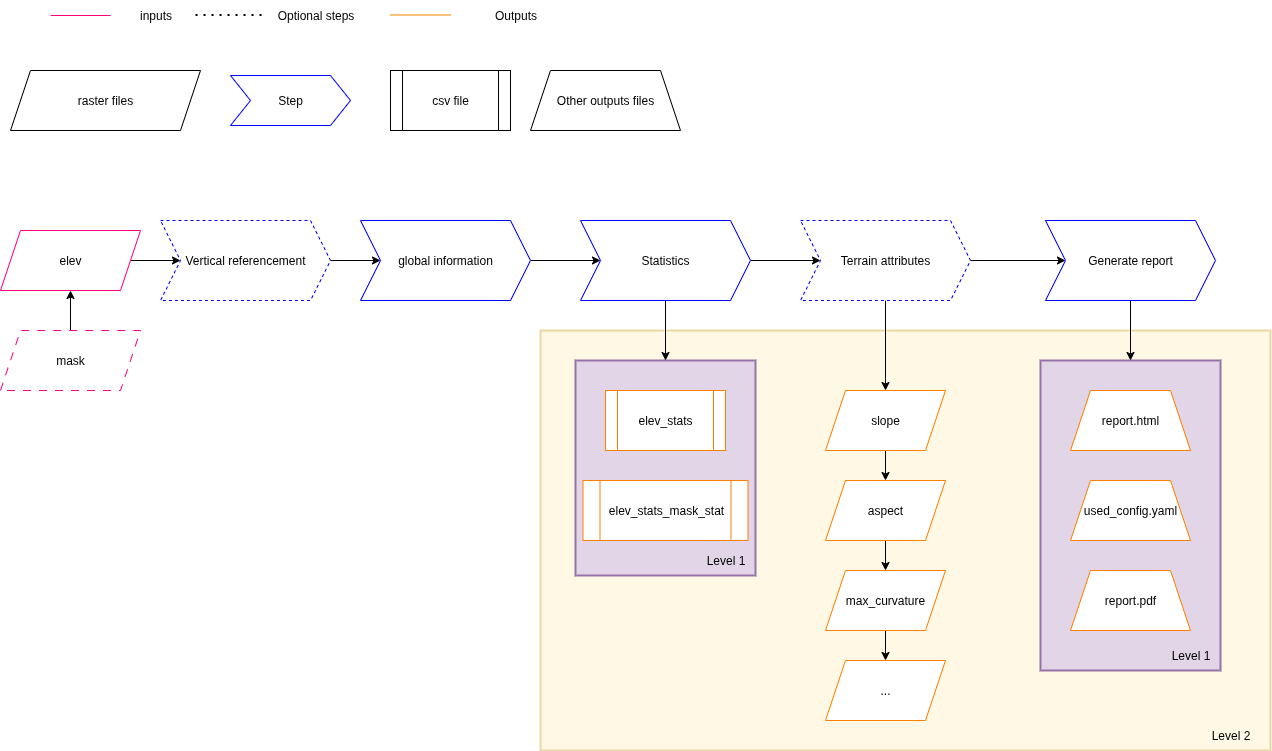
GlacioHack/xdem keeps this draw.io diagram as doc/source/imgs/topo_workflow_pipeline.png. Above is the earlier version. Source tidied: cells renumbered, new cells last; positions are measured from the earlier drawing's top-left corner, leaving out a move shared by most shapes.
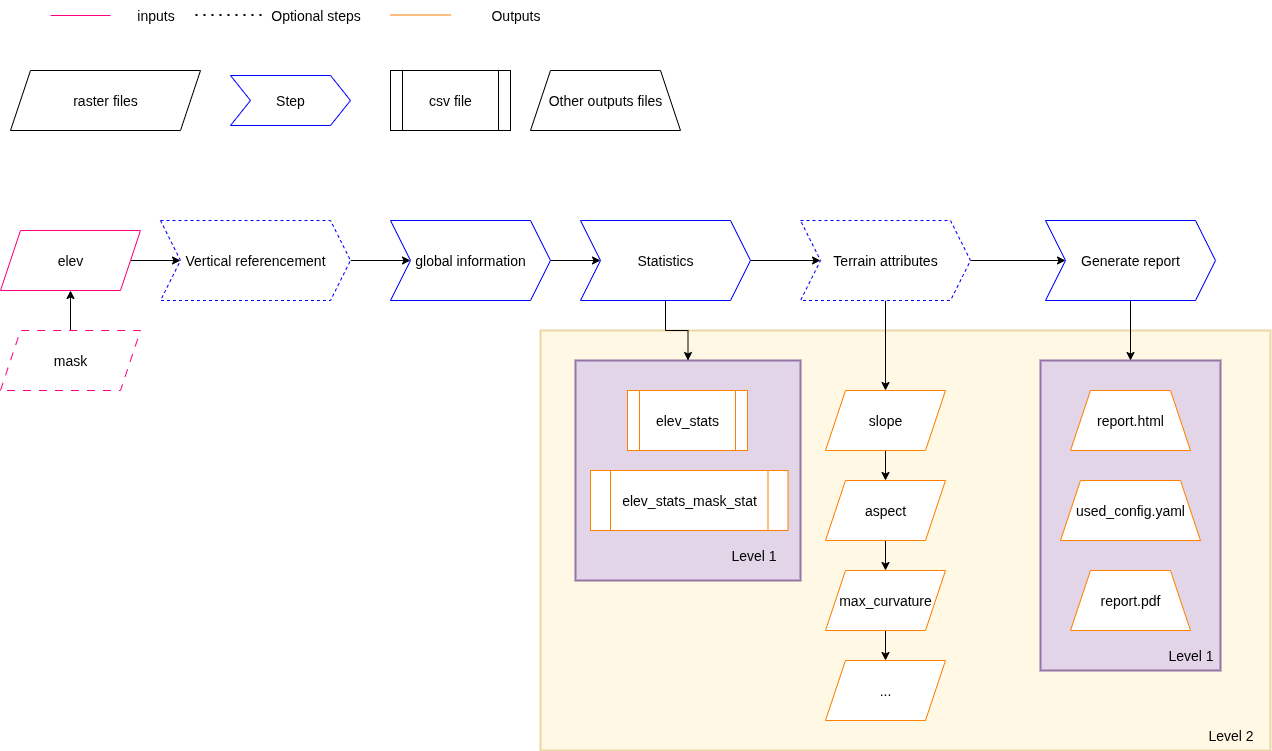
Above is the later version.

Diff of the diagram source:
```diff
@@ -2,145 +2,145 @@
   <root>
     <mxCell id="0" />
     <mxCell id="1" parent="0" />
-    <mxCell id="2" style="rounded=0;whiteSpace=wrap;html=1;fillColor=#fff2cc;strokeColor=#d6b656;strokeWidth=2;fillOpacity=50;strokeOpacity=50;" parent="1" vertex="1">
+    <mxCell id="2" style="rounded=0;whiteSpace=wrap;html=1;fillColor=#fff2cc;strokeColor=#d6b656;strokeWidth=2;fillOpacity=50;strokeOpacity=50;fontSize=14;" parent="1" vertex="1">
       <mxGeometry x="540" y="330" width="730" height="420" as="geometry" />
     </mxCell>
-    <mxCell id="3" style="rounded=0;whiteSpace=wrap;html=1;fillColor=#e1d5e7;strokeColor=#9673a6;strokeWidth=2;" parent="1" vertex="1">
+    <mxCell id="3" style="rounded=0;whiteSpace=wrap;html=1;fillColor=#e1d5e7;strokeColor=#9673a6;strokeWidth=2;fontSize=14;" parent="1" vertex="1">
       <mxGeometry x="1040" y="360" width="180" height="310" as="geometry" />
     </mxCell>
-    <mxCell id="4" style="rounded=0;whiteSpace=wrap;html=1;fillColor=#e1d5e7;strokeColor=#9673a6;strokeWidth=2;" parent="1" vertex="1">
-      <mxGeometry x="575" y="360" width="180" height="215" as="geometry" />
+    <mxCell id="4" style="rounded=0;whiteSpace=wrap;html=1;fillColor=#e1d5e7;strokeColor=#9673a6;strokeWidth=2;fontSize=14;" parent="1" vertex="1">
+      <mxGeometry x="575" y="360" width="225" height="220" as="geometry" />
     </mxCell>
-    <mxCell id="5" style="edgeStyle=orthogonalEdgeStyle;rounded=0;jettySize=auto;html=1;" parent="1" edge="1" source="6" target="8">
+    <mxCell id="5" style="edgeStyle=orthogonalEdgeStyle;rounded=0;jettySize=auto;html=1;fontSize=14;" parent="1" edge="1" source="6" target="8">
       <mxGeometry relative="1" as="geometry" />
     </mxCell>
-    <mxCell id="6" value="elev" style="shape=parallelogram;perimeter=parallelogramPerimeter;whiteSpace=wrap;html=1;fixedSize=1;strokeColor=#FF0080;" parent="1" vertex="1">
+    <mxCell id="6" value="elev" style="shape=parallelogram;perimeter=parallelogramPerimeter;whiteSpace=wrap;html=1;fixedSize=1;strokeColor=#FF0080;fontSize=14;" parent="1" vertex="1">
       <mxGeometry y="230" width="140" height="60" as="geometry" />
     </mxCell>
-    <mxCell id="7" style="edgeStyle=orthogonalEdgeStyle;rounded=0;jettySize=auto;html=1;" parent="1" edge="1" source="8" target="39">
+    <mxCell id="7" style="edgeStyle=orthogonalEdgeStyle;rounded=0;jettySize=auto;html=1;fontSize=14;" parent="1" edge="1" source="8" target="39">
       <mxGeometry relative="1" as="geometry" />
     </mxCell>
-    <mxCell id="8" value="Vertical referencement" style="shape=step;perimeter=stepPerimeter;whiteSpace=wrap;html=1;fixedSize=1;strokeColor=#0000FF;dashed=1;" parent="1" vertex="1">
-      <mxGeometry x="160" y="220" width="170" height="80" as="geometry" />
+    <mxCell id="8" value="Vertical referencement" style="shape=step;perimeter=stepPerimeter;whiteSpace=wrap;html=1;fixedSize=1;strokeColor=#0000FF;dashed=1;fontSize=14;" parent="1" vertex="1">
+      <mxGeometry x="160" y="220" width="190" height="80" as="geometry" />
     </mxCell>
-    <mxCell id="9" style="edgeStyle=orthogonalEdgeStyle;rounded=0;jettySize=auto;html=1;" parent="1" edge="1" source="11" target="16">
+    <mxCell id="9" style="edgeStyle=orthogonalEdgeStyle;rounded=0;jettySize=auto;html=1;fontSize=14;" parent="1" edge="1" source="11" target="16">
       <mxGeometry relative="1" as="geometry" />
     </mxCell>
-    <mxCell id="10" style="edgeStyle=orthogonalEdgeStyle;rounded=0;jettySize=auto;html=1;" parent="1" edge="1" source="11" target="4">
+    <mxCell id="10" style="edgeStyle=orthogonalEdgeStyle;rounded=0;jettySize=auto;html=1;fontSize=14;" parent="1" edge="1" source="11" target="4">
       <mxGeometry relative="1" as="geometry" />
     </mxCell>
-    <mxCell id="11" value="Statistics" style="shape=step;perimeter=stepPerimeter;whiteSpace=wrap;html=1;fixedSize=1;strokeColor=#0000FF;" parent="1" vertex="1">
+    <mxCell id="11" value="Statistics" style="shape=step;perimeter=stepPerimeter;whiteSpace=wrap;html=1;fixedSize=1;strokeColor=#0000FF;fontSize=14;" parent="1" vertex="1">
       <mxGeometry x="580" y="220" width="170" height="80" as="geometry" />
     </mxCell>
-    <mxCell id="12" style="edgeStyle=orthogonalEdgeStyle;rounded=0;jettySize=auto;html=1;" parent="1" edge="1" source="13" target="6">
+    <mxCell id="12" style="edgeStyle=orthogonalEdgeStyle;rounded=0;jettySize=auto;html=1;fontSize=14;" parent="1" edge="1" source="13" target="6">
       <mxGeometry relative="1" as="geometry" />
     </mxCell>
-    <mxCell id="13" value="mask" style="shape=parallelogram;perimeter=parallelogramPerimeter;whiteSpace=wrap;html=1;fixedSize=1;strokeColor=#FF0080;dashed=1;dashPattern=8 8;" parent="1" vertex="1">
+    <mxCell id="13" value="mask" style="shape=parallelogram;perimeter=parallelogramPerimeter;whiteSpace=wrap;html=1;fixedSize=1;strokeColor=#FF0080;dashed=1;dashPattern=8 8;fontSize=14;" parent="1" vertex="1">
       <mxGeometry y="330" width="140" height="60" as="geometry" />
     </mxCell>
-    <mxCell id="14" style="edgeStyle=orthogonalEdgeStyle;rounded=0;jettySize=auto;html=1;entryX=0;entryY=0.5;entryDx=0;entryDy=0;" parent="1" edge="1" source="16" target="41">
+    <mxCell id="14" style="edgeStyle=orthogonalEdgeStyle;rounded=0;jettySize=auto;html=1;entryX=0;entryY=0.5;entryDx=0;entryDy=0;fontSize=14;" parent="1" edge="1" source="16" target="41">
       <mxGeometry relative="1" as="geometry" />
     </mxCell>
-    <mxCell id="15" style="edgeStyle=orthogonalEdgeStyle;rounded=0;jettySize=auto;html=1;" parent="1" edge="1" source="16" target="30">
+    <mxCell id="15" style="edgeStyle=orthogonalEdgeStyle;rounded=0;jettySize=auto;html=1;fontSize=14;" parent="1" edge="1" source="16" target="30">
       <mxGeometry relative="1" as="geometry" />
     </mxCell>
-    <mxCell id="16" value="Terrain attributes" style="shape=step;perimeter=stepPerimeter;whiteSpace=wrap;html=1;fixedSize=1;strokeColor=#0000FF;dashed=1;" parent="1" vertex="1">
+    <mxCell id="16" value="Terrain attributes" style="shape=step;perimeter=stepPerimeter;whiteSpace=wrap;html=1;fixedSize=1;strokeColor=#0000FF;dashed=1;fontSize=14;" parent="1" vertex="1">
       <mxGeometry x="800" y="220" width="170" height="80" as="geometry" />
     </mxCell>
-    <mxCell id="17" value="Step" style="shape=step;perimeter=stepPerimeter;whiteSpace=wrap;html=1;fixedSize=1;strokeColor=#0000FF;" parent="1" vertex="1">
+    <mxCell id="17" value="Step" style="shape=step;perimeter=stepPerimeter;whiteSpace=wrap;html=1;fixedSize=1;strokeColor=#0000FF;fontSize=14;" parent="1" vertex="1">
       <mxGeometry x="230" y="75" width="120" height="50" as="geometry" />
     </mxCell>
-    <mxCell id="18" value="raster files" style="shape=parallelogram;perimeter=parallelogramPerimeter;whiteSpace=wrap;html=1;fixedSize=1;" parent="1" vertex="1">
+    <mxCell id="18" value="raster files" style="shape=parallelogram;perimeter=parallelogramPerimeter;whiteSpace=wrap;html=1;fixedSize=1;fontSize=14;" parent="1" vertex="1">
       <mxGeometry x="10" y="70" width="190" height="60" as="geometry" />
     </mxCell>
-    <mxCell id="19" style="endArrow=none;dashed=1;html=1;dashPattern=1 3;strokeWidth=2;rounded=0;" parent="1" edge="1">
+    <mxCell id="19" style="endArrow=none;dashed=1;html=1;dashPattern=1 3;strokeWidth=2;rounded=0;fontSize=14;" parent="1" edge="1">
       <mxGeometry relative="1" as="geometry">
         <mxPoint x="195" y="14.5" as="sourcePoint" />
         <mxPoint x="265" y="14.5" as="targetPoint" />
       </mxGeometry>
     </mxCell>
-    <mxCell id="20" value="Optional steps" style="text;html=1;align=center;verticalAlign=middle;strokeColor=none;fillColor=none;" parent="1" vertex="1">
-      <mxGeometry x="265" width="100" height="30" as="geometry" />
+    <mxCell id="20" value="Optional steps" style="text;html=1;align=center;verticalAlign=middle;strokeColor=none;fillColor=none;fontSize=14;" parent="1" vertex="1">
+      <mxGeometry x="260" width="110" height="30" as="geometry" />
     </mxCell>
-    <mxCell id="21" value="csv file" style="shape=process;whiteSpace=wrap;html=1;backgroundOutline=1;" parent="1" vertex="1">
+    <mxCell id="21" value="csv file" style="shape=process;whiteSpace=wrap;html=1;backgroundOutline=1;fontSize=14;" parent="1" vertex="1">
       <mxGeometry x="390" y="70" width="120" height="60" as="geometry" />
     </mxCell>
-    <mxCell id="22" value="Other outputs files" style="shape=trapezoid;perimeter=trapezoidPerimeter;whiteSpace=wrap;html=1;fixedSize=1;" parent="1" vertex="1">
+    <mxCell id="22" value="Other outputs files" style="shape=trapezoid;perimeter=trapezoidPerimeter;whiteSpace=wrap;html=1;fixedSize=1;fontSize=14;" parent="1" vertex="1">
       <mxGeometry x="530" y="70" width="150" height="60" as="geometry" />
     </mxCell>
-    <mxCell id="23" style="endArrow=none;html=1;rounded=0;strokeColor=#FF0080;" parent="1" edge="1">
+    <mxCell id="23" style="endArrow=none;html=1;rounded=0;strokeColor=#FF0080;fontSize=14;" parent="1" edge="1">
       <mxGeometry relative="1" as="geometry">
         <mxPoint x="50" y="15" as="sourcePoint" />
         <mxPoint x="110" y="15" as="targetPoint" />
       </mxGeometry>
     </mxCell>
-    <mxCell id="24" value="inputs" style="text;html=1;align=center;verticalAlign=middle;strokeColor=none;fillColor=none;" parent="1" vertex="1">
+    <mxCell id="24" value="inputs" style="text;html=1;align=center;verticalAlign=middle;strokeColor=none;fillColor=none;fontSize=14;" parent="1" vertex="1">
       <mxGeometry x="125" width="60" height="30" as="geometry" />
     </mxCell>
-    <mxCell id="25" value="report.html" style="shape=trapezoid;perimeter=trapezoidPerimeter;whiteSpace=wrap;html=1;fixedSize=1;fillStyle=auto;strokeColor=#FF8000;" parent="1" vertex="1">
+    <mxCell id="25" value="report.html" style="shape=trapezoid;perimeter=trapezoidPerimeter;whiteSpace=wrap;html=1;fixedSize=1;fillStyle=auto;strokeColor=#FF8000;fontSize=14;" parent="1" vertex="1">
       <mxGeometry x="1070" y="390" width="120" height="60" as="geometry" />
     </mxCell>
-    <mxCell id="26" value="report.pdf" style="shape=trapezoid;perimeter=trapezoidPerimeter;whiteSpace=wrap;html=1;fixedSize=1;fillStyle=auto;strokeColor=#FF8000;" parent="1" vertex="1">
+    <mxCell id="26" value="report.pdf" style="shape=trapezoid;perimeter=trapezoidPerimeter;whiteSpace=wrap;html=1;fixedSize=1;fillStyle=auto;strokeColor=#FF8000;fontSize=14;" parent="1" vertex="1">
       <mxGeometry x="1070" y="570" width="120" height="60" as="geometry" />
     </mxCell>
-    <mxCell id="27" value="elev_stats" style="shape=process;whiteSpace=wrap;html=1;backgroundOutline=1;fillStyle=auto;fillOpacity=100;strokeOpacity=100;overflow=visible;noLabel=0;labelPadding=0;fixDash=0;fillColor=#FFFFFF;strokeColor=#FF8000;" parent="1" vertex="1">
-      <mxGeometry x="605" y="390" width="120" height="60" as="geometry" />
+    <mxCell id="27" value="elev_stats" style="shape=process;whiteSpace=wrap;html=1;backgroundOutline=1;fillStyle=auto;fillOpacity=100;strokeOpacity=100;overflow=visible;noLabel=0;labelPadding=0;fixDash=0;fillColor=#FFFFFF;strokeColor=#FF8000;fontSize=14;" parent="1" vertex="1">
+      <mxGeometry x="627" y="390" width="120" height="60" as="geometry" />
     </mxCell>
-    <mxCell id="28" value="used_config.yaml" style="shape=trapezoid;perimeter=trapezoidPerimeter;whiteSpace=wrap;html=1;fixedSize=1;fillStyle=auto;strokeColor=#FF8000;" parent="1" vertex="1">
-      <mxGeometry x="1070" y="480" width="120" height="60" as="geometry" />
+    <mxCell id="28" value="used_config.yaml" style="shape=trapezoid;perimeter=trapezoidPerimeter;whiteSpace=wrap;html=1;fixedSize=1;fillStyle=auto;strokeColor=#FF8000;fontSize=14;" parent="1" vertex="1">
+      <mxGeometry x="1060" y="480" width="140" height="60" as="geometry" />
     </mxCell>
-    <mxCell id="29" style="edgeStyle=orthogonalEdgeStyle;rounded=0;jettySize=auto;html=1;" parent="1" edge="1" source="30" target="32">
+    <mxCell id="29" style="edgeStyle=orthogonalEdgeStyle;rounded=0;jettySize=auto;html=1;fontSize=14;" parent="1" edge="1" source="30" target="32">
       <mxGeometry relative="1" as="geometry" />
     </mxCell>
-    <mxCell id="30" value="slope" style="shape=parallelogram;perimeter=parallelogramPerimeter;whiteSpace=wrap;html=1;fixedSize=1;fillStyle=auto;fillColor=#FFFFFF;strokeColor=#FF8000;" parent="1" vertex="1">
+    <mxCell id="30" value="slope" style="shape=parallelogram;perimeter=parallelogramPerimeter;whiteSpace=wrap;html=1;fixedSize=1;fillStyle=auto;fillColor=#FFFFFF;strokeColor=#FF8000;fontSize=14;" parent="1" vertex="1">
       <mxGeometry x="825" y="390" width="120" height="60" as="geometry" />
     </mxCell>
-    <mxCell id="31" style="edgeStyle=orthogonalEdgeStyle;rounded=0;jettySize=auto;html=1;" parent="1" edge="1" source="32" target="34">
+    <mxCell id="31" style="edgeStyle=orthogonalEdgeStyle;rounded=0;jettySize=auto;html=1;fontSize=14;" parent="1" edge="1" source="32" target="34">
       <mxGeometry relative="1" as="geometry" />
     </mxCell>
-    <mxCell id="32" value="aspect" style="shape=parallelogram;perimeter=parallelogramPerimeter;whiteSpace=wrap;html=1;fixedSize=1;fillStyle=auto;fillColor=#FFFFFF;strokeColor=#FF8000;" parent="1" vertex="1">
+    <mxCell id="32" value="aspect" style="shape=parallelogram;perimeter=parallelogramPerimeter;whiteSpace=wrap;html=1;fixedSize=1;fillStyle=auto;fillColor=#FFFFFF;strokeColor=#FF8000;fontSize=14;" parent="1" vertex="1">
       <mxGeometry x="825" y="480" width="120" height="60" as="geometry" />
     </mxCell>
-    <mxCell id="33" style="edgeStyle=orthogonalEdgeStyle;rounded=0;jettySize=auto;html=1;" parent="1" edge="1" source="34" target="35">
+    <mxCell id="33" style="edgeStyle=orthogonalEdgeStyle;rounded=0;jettySize=auto;html=1;fontSize=14;" parent="1" edge="1" source="34" target="35">
       <mxGeometry relative="1" as="geometry" />
     </mxCell>
-    <mxCell id="34" value="max_curvature" style="shape=parallelogram;perimeter=parallelogramPerimeter;whiteSpace=wrap;html=1;fixedSize=1;fillStyle=auto;fillColor=#FFFFFF;strokeColor=#FF8000;" parent="1" vertex="1">
+    <mxCell id="34" value="max_curvature" style="shape=parallelogram;perimeter=parallelogramPerimeter;whiteSpace=wrap;html=1;fixedSize=1;fillStyle=auto;fillColor=#FFFFFF;strokeColor=#FF8000;fontSize=14;" parent="1" vertex="1">
       <mxGeometry x="825" y="570" width="120" height="60" as="geometry" />
     </mxCell>
-    <mxCell id="35" value="..." style="shape=parallelogram;perimeter=parallelogramPerimeter;whiteSpace=wrap;html=1;fixedSize=1;fillStyle=auto;fillColor=#FFFFFF;strokeColor=#FF8000;" parent="1" vertex="1">
+    <mxCell id="35" value="..." style="shape=parallelogram;perimeter=parallelogramPerimeter;whiteSpace=wrap;html=1;fixedSize=1;fillStyle=auto;fillColor=#FFFFFF;strokeColor=#FF8000;fontSize=14;" parent="1" vertex="1">
       <mxGeometry x="825" y="660" width="120" height="60" as="geometry" />
     </mxCell>
-    <mxCell id="36" value="Level 2" style="text;html=1;align=center;verticalAlign=middle;strokeColor=none;fillColor=none;" parent="1" vertex="1">
-      <mxGeometry x="1200" y="720" width="60" height="30" as="geometry" />
+    <mxCell id="36" value="Level 2" style="text;html=1;align=center;verticalAlign=middle;strokeColor=none;fillColor=none;fontSize=14;" parent="1" vertex="1">
+      <mxGeometry x="1195" y="720" width="70" height="30" as="geometry" />
     </mxCell>
-    <mxCell id="37" value="Level 1" style="text;html=1;align=center;verticalAlign=middle;strokeColor=none;fillColor=none;" parent="1" vertex="1">
-      <mxGeometry x="1160" y="640" width="60" height="30" as="geometry" />
+    <mxCell id="37" value="Level 1" style="text;html=1;align=center;verticalAlign=middle;strokeColor=none;fillColor=none;fontSize=14;" parent="1" vertex="1">
+      <mxGeometry x="1155" y="640" width="70" height="30" as="geometry" />
     </mxCell>
-    <mxCell id="38" style="edgeStyle=orthogonalEdgeStyle;rounded=0;jettySize=auto;html=1;" parent="1" edge="1" source="39" target="11">
+    <mxCell id="38" style="edgeStyle=orthogonalEdgeStyle;rounded=0;jettySize=auto;html=1;fontSize=14;" parent="1" edge="1" source="39" target="11">
       <mxGeometry relative="1" as="geometry" />
     </mxCell>
-    <mxCell id="39" value="global information" style="shape=step;perimeter=stepPerimeter;whiteSpace=wrap;html=1;fixedSize=1;strokeColor=#0000FF;" parent="1" vertex="1">
-      <mxGeometry x="360" y="220" width="170" height="80" as="geometry" />
+    <mxCell id="39" value="global information" style="shape=step;perimeter=stepPerimeter;whiteSpace=wrap;html=1;fixedSize=1;strokeColor=#0000FF;fontSize=14;" parent="1" vertex="1">
+      <mxGeometry x="390" y="220" width="160" height="80" as="geometry" />
     </mxCell>
-    <mxCell id="40" style="edgeStyle=orthogonalEdgeStyle;rounded=0;jettySize=auto;html=1;" parent="1" edge="1" source="41" target="3">
+    <mxCell id="40" style="edgeStyle=orthogonalEdgeStyle;rounded=0;jettySize=auto;html=1;fontSize=14;" parent="1" edge="1" source="41" target="3">
       <mxGeometry relative="1" as="geometry" />
     </mxCell>
-    <mxCell id="41" value="Generate report" style="shape=step;perimeter=stepPerimeter;whiteSpace=wrap;html=1;fixedSize=1;strokeColor=#0000FF;" parent="1" vertex="1">
+    <mxCell id="41" value="Generate report" style="shape=step;perimeter=stepPerimeter;whiteSpace=wrap;html=1;fixedSize=1;strokeColor=#0000FF;fontSize=14;" parent="1" vertex="1">
       <mxGeometry x="1045" y="220" width="170" height="80" as="geometry" />
     </mxCell>
-    <mxCell id="42" value="elev_stats_mask_stat" style="shape=process;whiteSpace=wrap;html=1;backgroundOutline=1;fillStyle=auto;fillOpacity=100;strokeOpacity=100;overflow=visible;noLabel=0;labelPadding=0;fixDash=0;fillColor=#FFFFFF;strokeColor=#FF8000;" parent="1" vertex="1">
-      <mxGeometry x="582.5" y="480" width="165" height="60" as="geometry" />
+    <mxCell id="42" value="elev_stats_mask_stat" style="shape=process;whiteSpace=wrap;html=1;backgroundOutline=1;fillStyle=auto;fillOpacity=100;strokeOpacity=100;overflow=visible;noLabel=0;labelPadding=0;fixDash=0;fillColor=#FFFFFF;strokeColor=#FF8000;fontSize=14;" parent="1" vertex="1">
+      <mxGeometry x="590" y="470" width="197.5" height="60" as="geometry" />
     </mxCell>
-    <mxCell id="43" value="Level 1" style="text;html=1;align=center;verticalAlign=middle;strokeColor=none;fillColor=none;" parent="1" vertex="1">
-      <mxGeometry x="695" y="545" width="60" height="30" as="geometry" />
+    <mxCell id="43" value="Level 1" style="text;html=1;align=center;verticalAlign=middle;strokeColor=none;fillColor=none;fontSize=14;" parent="1" vertex="1">
+      <mxGeometry x="717.5" y="540" width="70" height="30" as="geometry" />
     </mxCell>
-    <mxCell id="44" style="endArrow=none;html=1;rounded=0;strokeColor=#FF8000;" parent="1" edge="1">
+    <mxCell id="44" style="endArrow=none;html=1;rounded=0;strokeColor=#FF8000;fontSize=14;" parent="1" edge="1">
       <mxGeometry relative="1" as="geometry">
         <mxPoint x="390" y="14.5" as="sourcePoint" />
         <mxPoint x="450" y="14.5" as="targetPoint" />
       </mxGeometry>
     </mxCell>
-    <mxCell id="45" value="Outputs" style="text;html=1;align=center;verticalAlign=middle;strokeColor=none;fillColor=none;" parent="1" vertex="1">
+    <mxCell id="45" value="Outputs" style="text;html=1;align=center;verticalAlign=middle;strokeColor=none;fillColor=none;fontSize=14;" parent="1" vertex="1">
       <mxGeometry x="480" width="70" height="30" as="geometry" />
     </mxCell>
   </root>
```
